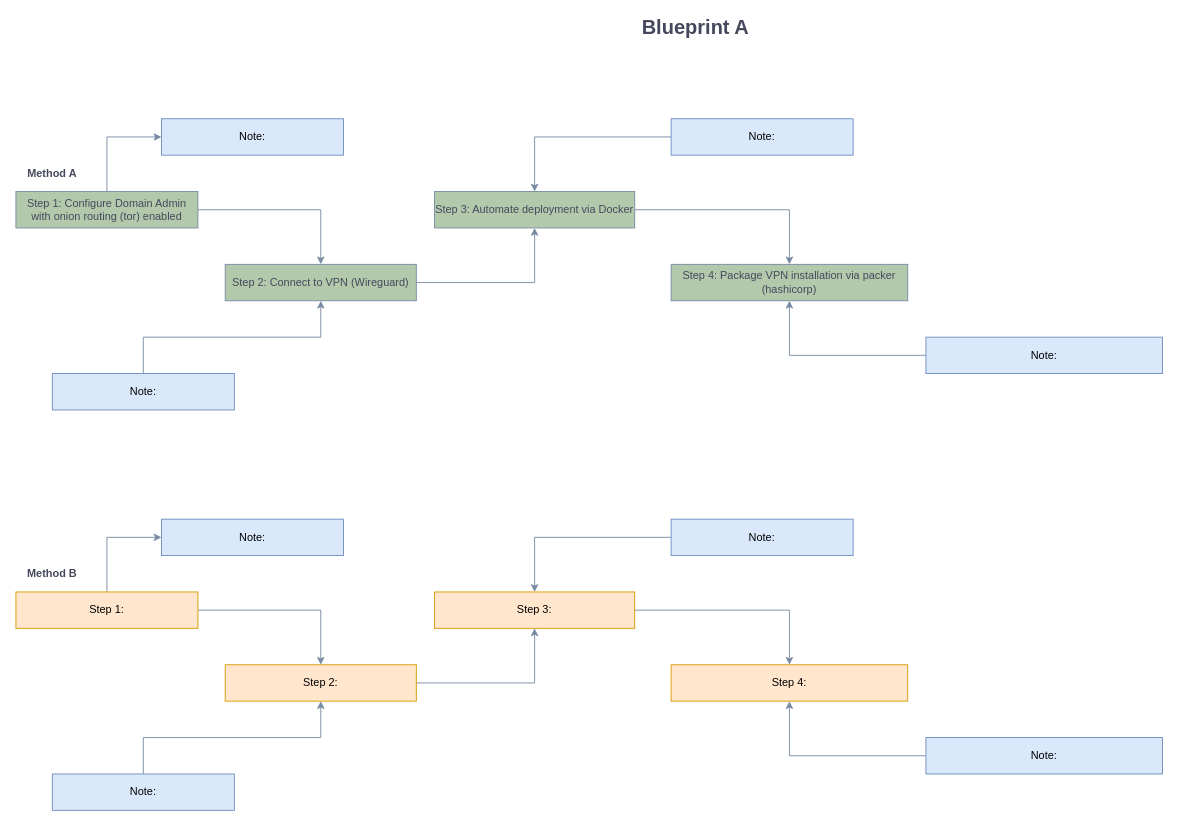
Before: demo.drawio in ycaedes/diagram, a draw.io diagram. Source tidied: cells renumbered, new cells numbered last; positions are measured from the earlier drawing's top-left corner, leaving out a move shared by most shapes. Both pictures are drawn from the tidied source at 91%, with x=0, y=0 at pixel (15, 18).
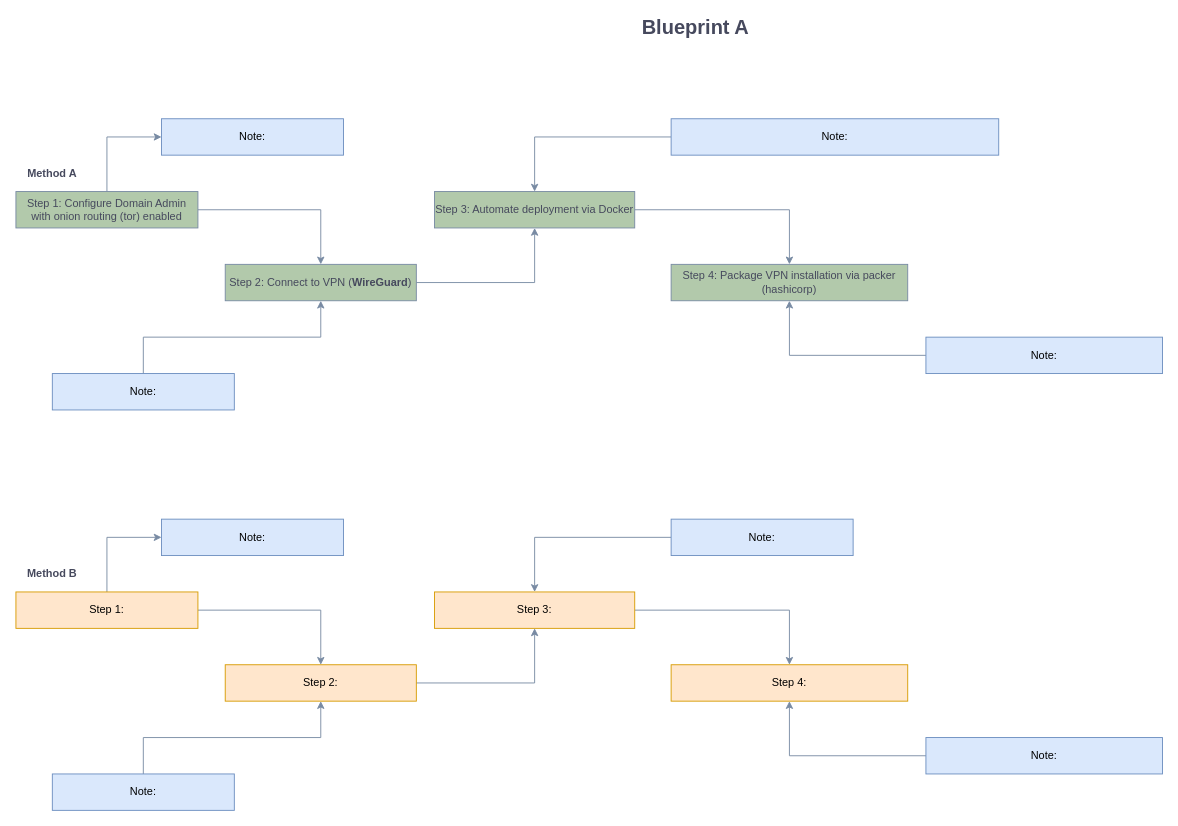
After the change.

Diff of the diagram source:
```diff
@@
-    <mxCell id="8" value="Step 2: Connect to VPN (Wireguard)" style="rounded=0;whiteSpace=wrap;html=1;sketch=0;strokeColor=#788AA3;fillColor=#B2C9AB;fontSize=12;fontColor=#46495D;" parent="1" vertex="1">
+    <mxCell id="8" value="Step 2: Connect to VPN (&lt;b&gt;WireGuard&lt;/b&gt;)" style="rounded=0;whiteSpace=wrap;html=1;sketch=0;strokeColor=#788AA3;fillColor=#B2C9AB;fontSize=12;fontColor=#46495D;" parent="1" vertex="1">
       <mxGeometry x="230" y="270" width="210" height="40" as="geometry" />
     </mxCell>
@@
     <mxCell id="16" value="Note:" style="rounded=0;whiteSpace=wrap;html=1;sketch=0;strokeColor=#6c8ebf;fillColor=#dae8fc;fontSize=12;" parent="1" vertex="1">
-      <mxGeometry x="720" y="110" width="200" height="40" as="geometry" />
+      <mxGeometry x="720" y="110" width="360" height="40" as="geometry" />
     </mxCell>
```
